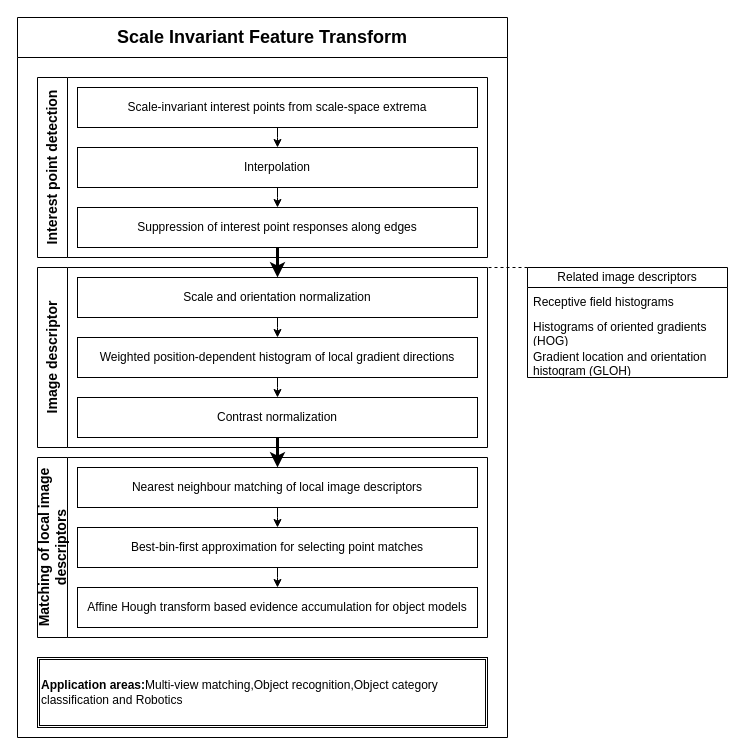
The draw.io diagram sift.drawio in stidyhard/draw, before the edit. Source tidied: cells renumbered, new cells numbered last; positions are measured from the earlier drawing's top-left corner, leaving out a move shared by most shapes. Both pictures are drawn from the tidied source at 100%, with x=0, y=0 at pixel (17, 17).
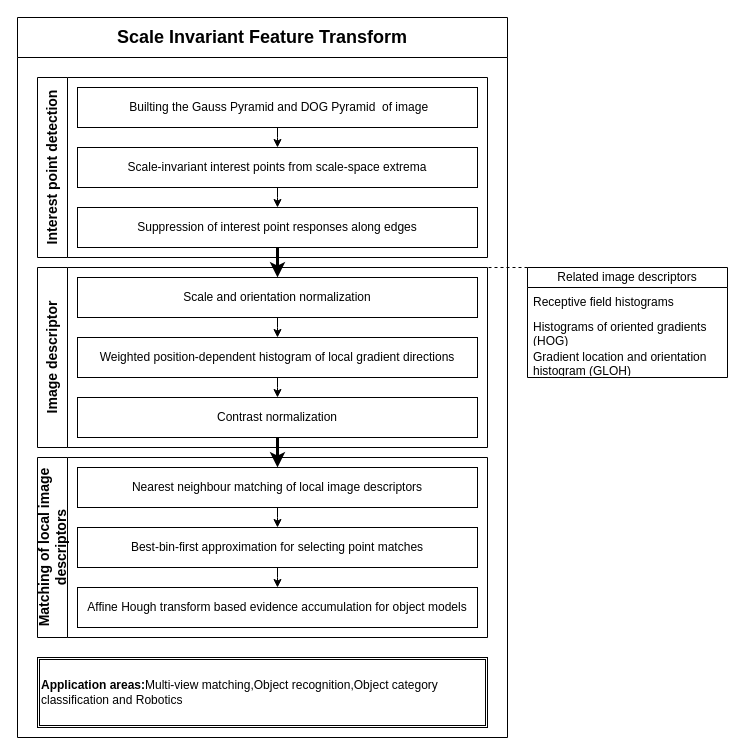
The same page after the edit.

Unchanged cells that the change refers to:
```xml
<mxCell id="2" value="&lt;b style=&quot;font-size: 18px;&quot;&gt;Scale&amp;nbsp;&lt;/b&gt;&lt;b style=&quot;font-size: 18px; background-color: initial;&quot;&gt;Invariant Feature Transform&lt;/b&gt;" style="swimlane;whiteSpace=wrap;html=1;startSize=40;" parent="1" vertex="1">
  <mxGeometry width="490" height="720" as="geometry" />
</mxCell>
```

What changed in the source:
```diff
@@
-    <mxCell id="4" value="Scale-invariant interest points from scale-space extrema" style="rounded=0;whiteSpace=wrap;html=1;" parent="2" vertex="1">
+    <mxCell id="4" value="&amp;nbsp;Builting the Gauss Pyramid and DOG Pyramid&amp;nbsp; of image" style="rounded=0;whiteSpace=wrap;html=1;" parent="2" vertex="1">
       <mxGeometry x="60" y="70" width="400" height="40" as="geometry" />
     </mxCell>
@@
-    <mxCell id="11" value="Interpolation" style="rounded=0;whiteSpace=wrap;html=1;" parent="2" vertex="1">
+    <mxCell id="11" value="Scale-invariant interest points from scale-space extrema" style="rounded=0;whiteSpace=wrap;html=1;" parent="2" vertex="1">
       <mxGeometry x="60" y="130" width="400" height="40" as="geometry" />
     </mxCell>
```
